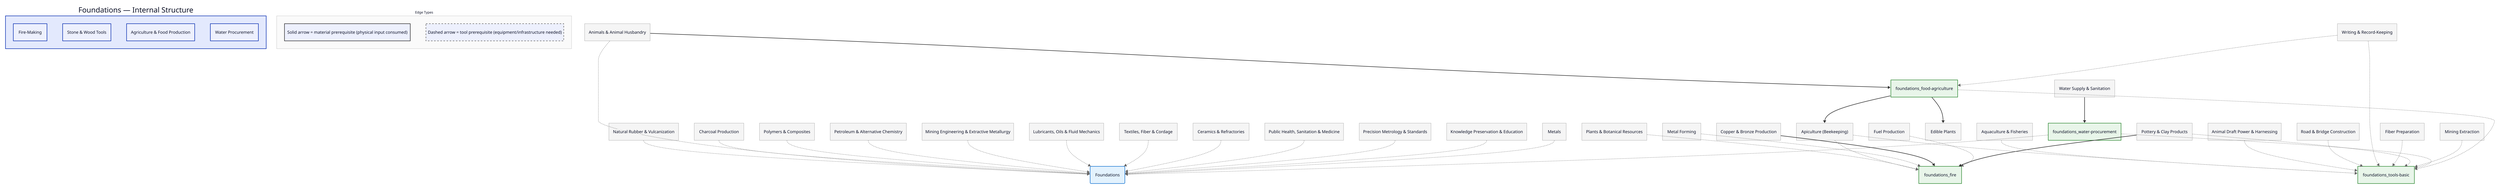
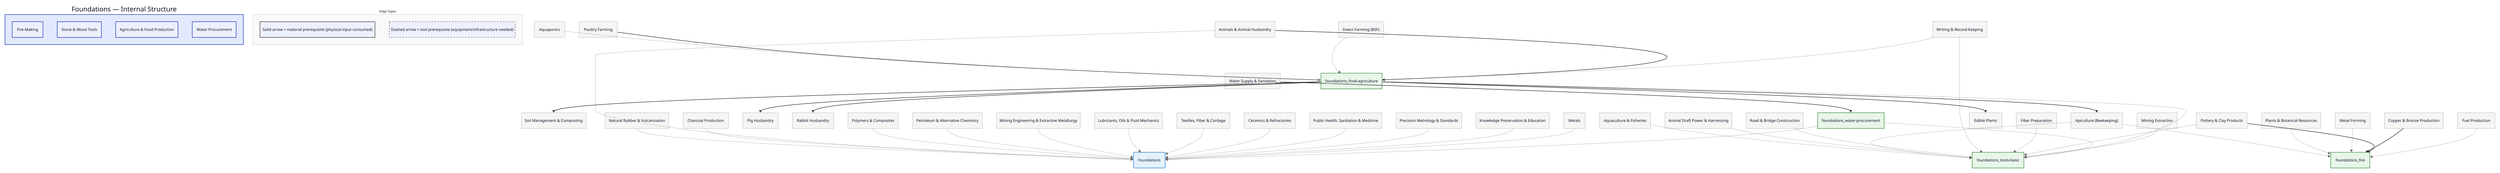
vars: {
  d2-config: {
    layout-engine: elk
    pad: 20
    center: true
  }
}

direction: down

classes: {
  domain: {
    style: {
      fill: "#e3f2fd"
      stroke: "#1976d2"
      stroke-width: 2
      border-radius: 4
    }
  }
  capability: {
    style: {
      fill: "#e8f5e9"
      stroke: "#388e3c"
      stroke-width: 2
    }
  }
  process: {
    style: {
      fill: "#fff3e0"
      stroke: "#f57c00"
      stroke-width: 2
    }
  }
  critical: {
    style: {
      fill: "#fff3e0"
      stroke: "#f57c00"
      stroke-width: 3
      bold: true
    }
  }
  earlyWin: {
    style: {
      fill: "#e8f5e9"
      stroke: "#388e3c"
      stroke-width: 3
    }
  }
  pinnacle: {
    style: {
      fill: "#fce4ec"
      stroke: "#c62828"
      stroke-width: 3
      bold: true
    }
  }
  external: {
    style: {
      fill: "#f5f5f5"
      stroke: "#9e9e9e"
      stroke-width: 1
    }
  }
  legend: {
    style: {
      fill: "#fafafa"
      stroke: "#bdbdbd"
      stroke-width: 1
      font-size: 13
    }
  }
  material-edge: {
    style: {
      stroke: "#333333"
      stroke-width: 2
    }
  }
  tool-edge: {
    style: {
      stroke: "#666666"
      stroke-width: 1
      stroke-dash: 3
    }
  }
}

# ==================== INTERNAL NODES ====================
foundations_internal: "Foundations — Internal Structure" {
  foundations_fire: Fire-Making
  foundations_tools-basic: "Stone & Wood Tools"
  foundations_food-agriculture: "Agriculture & Food Production"
  foundations_water-procurement: Water Procurement
}

# ==================== DOMAIN NODE ====================
foundations: Foundations

# ==================== EXTERNAL DEPENDENCIES ====================
+ agriculture_aquaponics: Aquaponics {
+   shape: rectangle
+ }
+ agriculture_soil-management: "Soil Management & Composting" {
+   shape: rectangle
+ }
animals: "Animals & Animal Husbandry" {
  shape: rectangle
}
animals_aquaculture: "Aquaculture & Fisheries" {
  shape: rectangle
}
animals_beekeeping: "Apiculture (Beekeeping)" {
  shape: rectangle
}
animals_draft-power: "Animal Draft Power & Harnessing" {
+   shape: rectangle
+ }
+ animals_insect-farming: "Insect Farming (BSF)" {
+   shape: rectangle
+ }
+ animals_pigs: Pig Husbandry {
+   shape: rectangle
+ }
+ animals_poultry: Poultry Farming {
+   shape: rectangle
+ }
+ animals_rabbits: Rabbit Husbandry {
  shape: rectangle
}
ceramics: "Ceramics & Refractories" {
  shape: rectangle
}
ceramics_pottery: "Pottery & Clay Products" {
  shape: rectangle
}
chemistry_lubricants: "Lubricants, Oils & Fluid Mechanics" {
  shape: rectangle
}
chemistry_petroleum-alternatives: "Petroleum & Alternative Chemistry" {
  shape: rectangle
}
energy_fuels: Fuel Production {
  shape: rectangle
}
energy_fuels_charcoal: Charcoal Production {
  shape: rectangle
}
health: "Public Health, Sanitation & Medicine" {
  shape: rectangle
}
health_sanitation: "Water Supply & Sanitation" {
  shape: rectangle
}
knowledge: "Knowledge Preservation & Education" {
  shape: rectangle
}
knowledge_writing: "Writing & Record-Keeping" {
  shape: rectangle
}
machine-tools_forming: Metal Forming {
  shape: rectangle
}
measurement_precision-metrology: "Precision Metrology & Standards" {
  shape: rectangle
}
metals: Metals {
  shape: rectangle
}
metals_copper-bronze: "Copper & Bronze Production" {
  shape: rectangle
}
mining: "Mining Engineering & Extractive Metallurgy" {
  shape: rectangle
}
mining_extraction: Mining Extraction {
  shape: rectangle
}
plants: "Plants & Botanical Resources" {
  shape: rectangle
}
plants_edible-plants: Edible Plants {
  shape: rectangle
}
polymers: "Polymers & Composites" {
  shape: rectangle
}
polymers_rubber_natural: "Natural Rubber & Vulcanization" {
  shape: rectangle
}
textiles: "Textiles, Fiber & Cordage" {
  shape: rectangle
}
textiles_fibers: Fiber Preparation {
  shape: rectangle
}
transport_roads: "Road & Bridge Construction" {
  shape: rectangle
}

# ==================== EDGES ====================
foundations_food-agriculture -> foundations_tools-basic: { class: tool-edge }
foundations_water-procurement -> foundations: { class: tool-edge }
foundations_water-procurement -> foundations_tools-basic: { class: tool-edge }
metals -> foundations: { class: tool-edge }
knowledge -> foundations: { class: tool-edge }
measurement_precision-metrology -> foundations: { class: tool-edge }
health -> foundations: { class: tool-edge }
ceramics -> foundations: { class: tool-edge }
textiles -> foundations: { class: tool-edge }
chemistry_lubricants -> foundations: { class: tool-edge }
mining -> foundations: { class: tool-edge }
chemistry_petroleum-alternatives -> foundations: { class: tool-edge }
polymers -> foundations: { class: tool-edge }
energy_fuels_charcoal -> foundations: { class: tool-edge }
polymers_rubber_natural -> foundations: { class: tool-edge }
energy_fuels -> foundations_fire: { class: tool-edge }
ceramics_pottery -> foundations_fire: { class: material-edge }
metals_copper-bronze -> foundations_fire: { class: material-edge }
machine-tools_forming -> foundations_fire: { class: tool-edge }
mining_extraction -> foundations_tools-basic: { class: tool-edge }
ceramics_pottery -> foundations_tools-basic: { class: tool-edge }
textiles_fibers -> foundations_tools-basic: { class: tool-edge }
knowledge_writing -> foundations_tools-basic: { class: tool-edge }
transport_roads -> foundations_tools-basic: { class: tool-edge }
knowledge_writing -> foundations_food-agriculture: { class: tool-edge }
plants -> foundations_fire: { class: tool-edge }
foundations_food-agriculture -> plants_edible-plants: { class: material-edge }
animals -> foundations: { class: tool-edge }
animals -> foundations_food-agriculture: { class: material-edge }
animals_draft-power -> foundations_tools-basic: { class: tool-edge }
animals_beekeeping -> foundations_fire: { class: tool-edge }
animals_beekeeping -> foundations_tools-basic: { class: tool-edge }
animals_aquaculture -> foundations_tools-basic: { class: tool-edge }
foundations_food-agriculture -> animals_beekeeping: { class: material-edge }
health_sanitation -> foundations_water-procurement: { class: material-edge }
+ foundations_food-agriculture -> animals_pigs: { class: material-edge }
+ foundations_food-agriculture -> animals_rabbits: { class: material-edge }
+ animals_insect-farming -> foundations_food-agriculture: { class: tool-edge }
+ animals_poultry -> foundations_food-agriculture: { class: material-edge }
+ foundations_food-agriculture -> agriculture_soil-management: { class: material-edge }
+ agriculture_aquaponics -> foundations_food-agriculture: { class: tool-edge }

# ==================== STYLING ====================
foundations.class: domain
foundations_fire.class: capability
foundations_tools-basic.class: capability
foundations_food-agriculture.class: capability
foundations_water-procurement.class: capability
+ agriculture_aquaponics.class: external
+ agriculture_soil-management.class: external
animals.class: external
animals_aquaculture.class: external
animals_beekeeping.class: external
animals_draft-power.class: external
+ animals_insect-farming.class: external
+ animals_pigs.class: external
+ animals_poultry.class: external
+ animals_rabbits.class: external
ceramics.class: external
ceramics_pottery.class: external
chemistry_lubricants.class: external
chemistry_petroleum-alternatives.class: external
energy_fuels.class: external
energy_fuels_charcoal.class: external
health.class: external
health_sanitation.class: external
knowledge.class: external
knowledge_writing.class: external
machine-tools_forming.class: external
measurement_precision-metrology.class: external
metals.class: external
metals_copper-bronze.class: external
mining.class: external
mining_extraction.class: external
plants.class: external
plants_edible-plants.class: external
polymers.class: external
polymers_rubber_natural.class: external
textiles.class: external
textiles_fibers.class: external
transport_roads.class: external

# ==================== LEGEND ====================
d2-legend: "Edge Types" {
  class: legend
  mat: "Solid arrow = material prerequisite (physical input consumed)" {
    style: {
      stroke: "#333333"
      stroke-width: 2
    }
  }
  tool: "Dashed arrow = tool prerequisite (equipment/infrastructure needed)" {
    style: {
      stroke: "#666666"
      stroke-dash: 3
    }
  }
}
